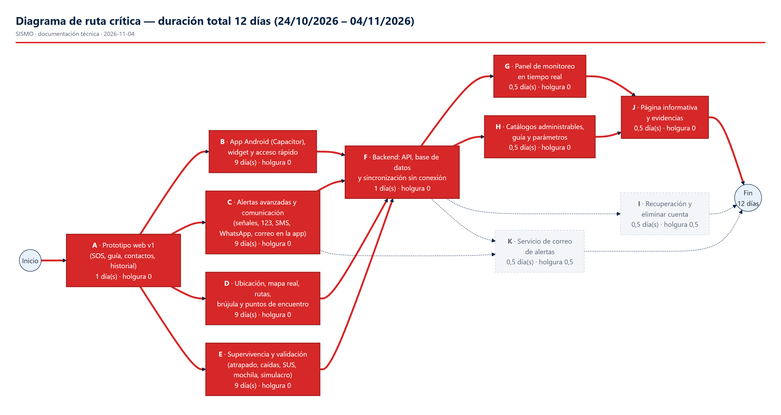
Davidhunter13/Sismo_front keeps this Mermaid diagram as screenshots/segunda_entrega/diagramas/4-planificacion-y-tiempos/17-ruta-critica.png. Above is the earlier version. Its source is kept beside it as screenshots/segunda_entrega/diagramas/fuentes/4-planificacion-y-tiempos/17-ruta-critica.mmd.
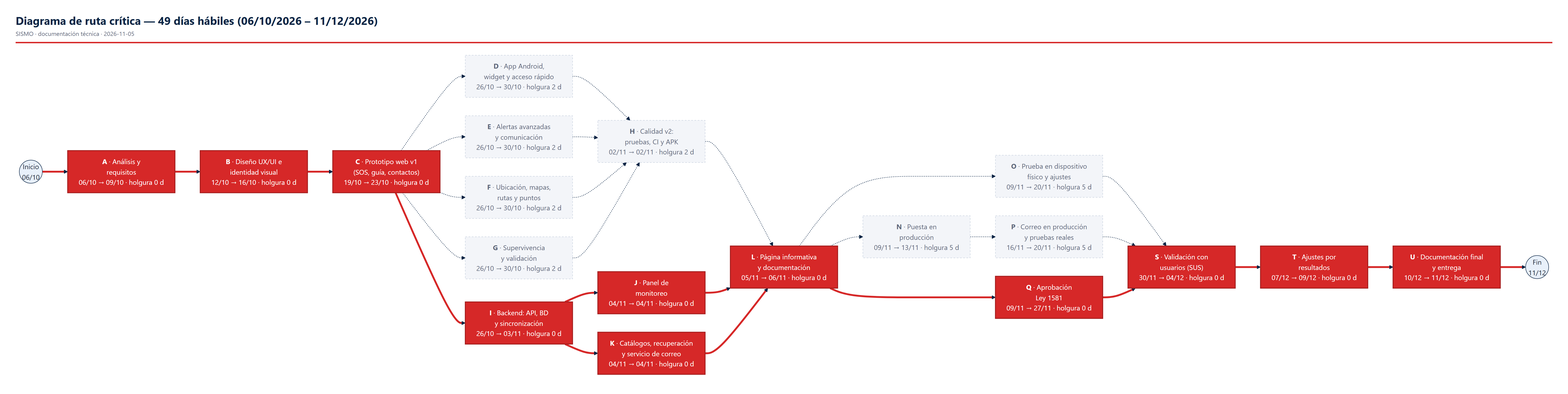
Later version of the same file.

The edit, as a diff of the source:
```diff
@@ -1,38 +1,54 @@
 flowchart LR
-  INI((Inicio))
-  FIN((Fin<br/>12 días))
-  A["<b>A</b> · Prototipo web v1<br/>(SOS, guía, contactos, historial)<br/>1 día(s) · holgura 0"]
-  B["<b>B</b> · App Android (Capacitor),<br/>widget y acceso rápido<br/>9 día(s) · holgura 0"]
-  C["<b>C</b> · Alertas avanzadas y comunicación<br/>(señales, 123, SMS, WhatsApp, correo en la app)<br/>9 día(s) · holgura 0"]
-  D["<b>D</b> · Ubicación, mapa real, rutas,<br/>brújula y puntos de encuentro<br/>9 día(s) · holgura 0"]
-  E["<b>E</b> · Supervivencia y validación<br/>(atrapado, caídas, SUS, mochila, simulacro)<br/>9 día(s) · holgura 0"]
-  F["<b>F</b> · Backend: API, base de datos<br/>y sincronización sin conexión<br/>1 día(s) · holgura 0"]
-  G["<b>G</b> · Panel de monitoreo<br/>en tiempo real<br/>0,5 día(s) · holgura 0"]
-  H["<b>H</b> · Catálogos administrables,<br/>guía y parámetros<br/>0,5 día(s) · holgura 0"]
-  I["<b>I</b> · Recuperación y<br/>eliminar cuenta<br/>0,5 día(s) · holgura 0,5"]
-  K["<b>K</b> · Servicio de correo<br/>de alertas<br/>0,5 día(s) · holgura 0,5"]
-  J["<b>J</b> · Página informativa<br/>y evidencias<br/>0,5 día(s) · holgura 0"]
+  INI((Inicio<br/>06/10))
+  FIN((Fin<br/>11/12))
+  A["<b>A</b> · Análisis y<br/>requisitos<br/>06/10 → 09/10 · holgura 0 d"]
+  B["<b>B</b> · Diseño UX/UI e<br/>identidad visual<br/>12/10 → 16/10 · holgura 0 d"]
+  C["<b>C</b> · Prototipo web v1<br/>(SOS, guía, contactos)<br/>19/10 → 23/10 · holgura 0 d"]
+  D["<b>D</b> · App Android,<br/>widget y acceso rápido<br/>26/10 → 30/10 · holgura 2 d"]
+  E["<b>E</b> · Alertas avanzadas<br/>y comunicación<br/>26/10 → 30/10 · holgura 2 d"]
+  F["<b>F</b> · Ubicación, mapas,<br/>rutas y puntos<br/>26/10 → 30/10 · holgura 2 d"]
+  G["<b>G</b> · Supervivencia<br/>y validación<br/>26/10 → 30/10 · holgura 2 d"]
+  H["<b>H</b> · Calidad v2:<br/>pruebas, CI y APK<br/>02/11 → 02/11 · holgura 2 d"]
+  I["<b>I</b> · Backend: API, BD<br/>y sincronización<br/>26/10 → 03/11 · holgura 0 d"]
+  J["<b>J</b> · Panel de<br/>monitoreo<br/>04/11 → 04/11 · holgura 0 d"]
+  K["<b>K</b> · Catálogos, recuperación<br/>y servicio de correo<br/>04/11 → 04/11 · holgura 0 d"]
+  L["<b>L</b> · Página informativa<br/>y documentación<br/>05/11 → 06/11 · holgura 0 d"]
+  N["<b>N</b> · Puesta en<br/>producción<br/>09/11 → 13/11 · holgura 5 d"]
+  O["<b>O</b> · Prueba en dispositivo<br/>físico y ajustes<br/>09/11 → 20/11 · holgura 5 d"]
+  P["<b>P</b> · Correo en producción<br/>y pruebas reales<br/>16/11 → 20/11 · holgura 5 d"]
+  Q["<b>Q</b> · Aprobación<br/>Ley 1581<br/>09/11 → 27/11 · holgura 0 d"]
+  S["<b>S</b> · Validación con<br/>usuarios (SUS)<br/>30/11 → 04/12 · holgura 0 d"]
+  T["<b>T</b> · Ajustes por<br/>resultados<br/>07/12 → 09/12 · holgura 0 d"]
+  U["<b>U</b> · Documentación final<br/>y entrega<br/>10/12 → 11/12 · holgura 0 d"]
   INI ==> A
   A ==> B
-  A ==> C
-  A ==> D
-  A ==> E
-  B ==> F
-  C ==> F
-  D ==> F
-  E ==> F
-  F ==> G
-  F ==> H
-  F -.-> I
-  F -.-> K
-  C -.-> K
-  G ==> J
-  H ==> J
-  I -.-> FIN
-  K -.-> FIN
-  J ==> FIN
+  B ==> C
+  C -.-> D
+  C -.-> E
+  C -.-> F
+  C -.-> G
+  D -.-> H
+  E -.-> H
+  F -.-> H
+  G -.-> H
+  C ==> I
+  I ==> J
+  I ==> K
+  H -.-> L
+  J ==> L
+  K ==> L
+  L -.-> N
+  L -.-> O
+  N -.-> P
+  L ==> Q
+  O -.-> S
+  P -.-> S
+  Q ==> S
+  S ==> T
+  T ==> U
+  U ==> FIN
   classDef crit fill:#d62828,color:#fff,stroke:#a61e1e,stroke-width:2px
   classDef norm fill:#f3f5f9,color:#5b6578,stroke:#c9d2df,stroke-dasharray:4 3
-  class A,B,C,D,E,F,G,H,J crit
-  class I,K norm
-  linkStyle 0,1,2,3,4,5,6,7,8,9,10,14,15,18 stroke:#d62828,stroke-width:4px
+  class A,B,C,I,J,K,L,Q,S,T,U crit
+  class D,E,F,G,H,N,O,P norm
+  linkStyle 0,1,2,11,12,13,15,16,20,23,24,25,26 stroke:#d62828,stroke-width:4px
```
